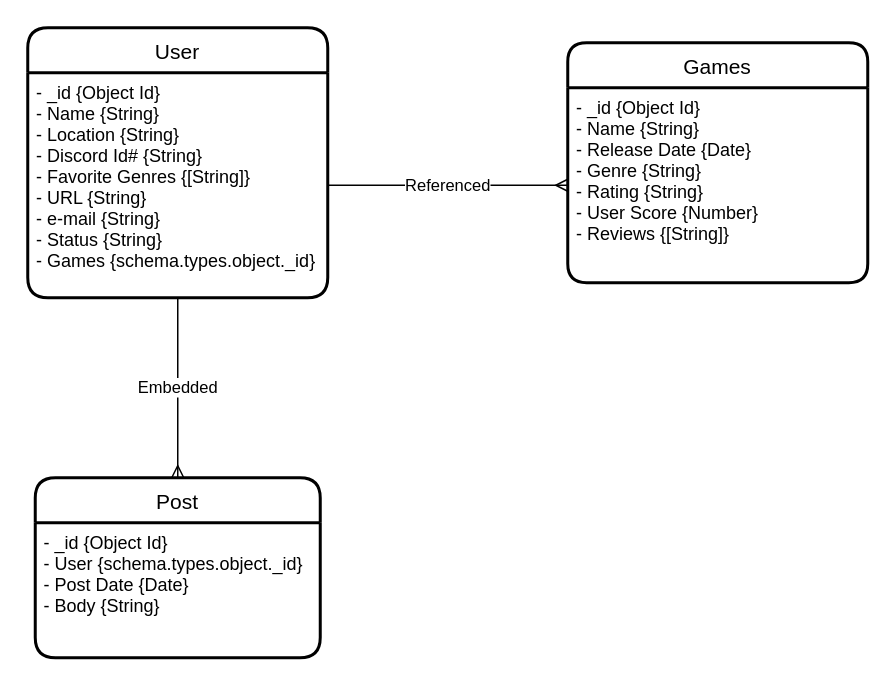
Before: ERD.drawio in wrainford/lfg-application, a draw.io diagram. Source tidied: cells renumbered, new cells numbered last; positions are measured from the earlier drawing's top-left corner, leaving out a move shared by most shapes. Both pictures are drawn from the tidied source at 150%, with x=0, y=0 at pixel (27, 27).
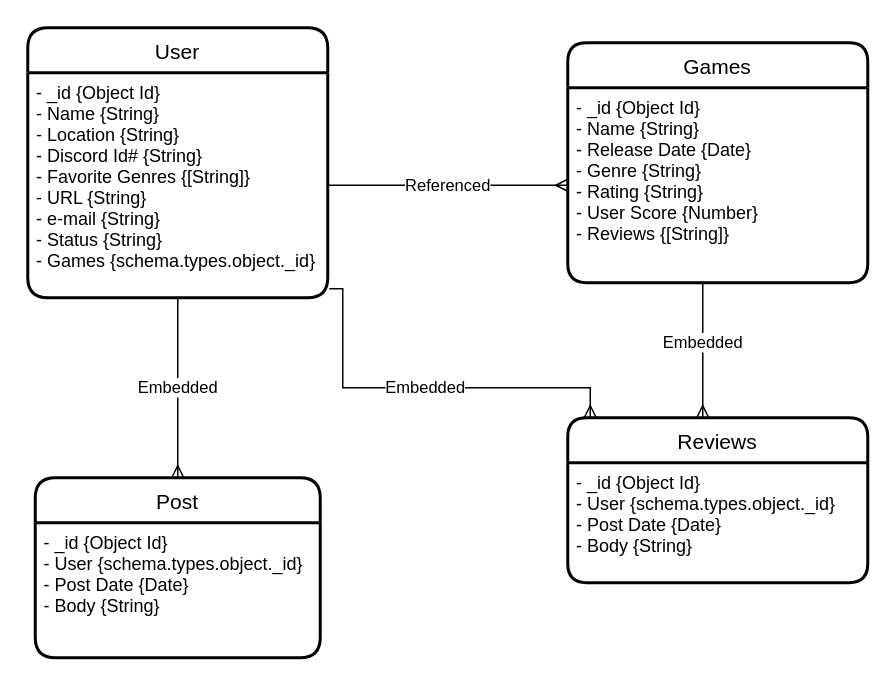
The same diagram, later.

The edit, as a diff of the source:
```diff
@@
 <mxGraphModel>
   <root>
     <mxCell id="0" />
     <mxCell id="1" parent="0" />
     <mxCell id="2" value="Games" style="swimlane;horizontal=1;startSize=30;rounded=1;fontSize=14;fontStyle=0;strokeWidth=2;shadow=0;dashed=0;align=center;arcSize=14;" parent="1" vertex="1">
       <mxGeometry x="360" y="10" width="200" height="160" as="geometry" />
     </mxCell>
     <mxCell id="3" value="- _id {Object Id}&#10;- Name {String}&#10;- Release Date {Date}&#10;- Genre {String}&#10;- Rating {String}&#10;- User Score {Number}&#10;- Reviews {[String]}" style="align=left;strokeColor=none;fillColor=none;spacingLeft=4;fontSize=12;verticalAlign=top;" parent="2" vertex="1">
       <mxGeometry y="30" width="200" height="130" as="geometry" />
     </mxCell>
     <mxCell id="4" value="User" style="swimlane;horizontal=1;startSize=30;rounded=1;fontSize=14;fontStyle=0;strokeWidth=2;shadow=0;dashed=0;align=center;" parent="1" vertex="1">
       <mxGeometry width="200" height="180" as="geometry" />
     </mxCell>
     <mxCell id="5" value="- _id {Object Id}&#10;- Name {String}&#10;- Location {String}&#10;- Discord Id# {String}&#10;- Favorite Genres {[String]}&#10;- URL {String}&#10;- e-mail {String}&#10;- Status {String}&#10;- Games {schema.types.object._id}" style="align=left;strokeColor=none;fillColor=none;spacingLeft=4;fontSize=12;verticalAlign=top;" parent="4" vertex="1">
       <mxGeometry y="30" width="200" height="150" as="geometry" />
     </mxCell>
     <mxCell id="6" value="Embedded" style="edgeStyle=orthogonalEdgeStyle;rounded=0;jettySize=auto;html=1;exitX=0.5;exitY=1;exitDx=0;exitDy=0;endArrow=ERmany;endFill=0;entryX=0.5;entryY=0;entryDx=0;entryDy=0;" parent="1" edge="1" source="5" target="7">
       <mxGeometry relative="1" as="geometry" />
     </mxCell>
     <mxCell id="7" value="Post" style="swimlane;horizontal=1;startSize=30;rounded=1;fontSize=14;fontStyle=0;strokeWidth=2;shadow=0;dashed=0;align=center;" parent="1" vertex="1">
       <mxGeometry x="5" y="300" width="190" height="120" as="geometry" />
     </mxCell>
     <mxCell id="8" value="- _id {Object Id}&#10;- User {schema.types.object._id}&#10;- Post Date {Date}&#10;- Body {String}" style="align=left;strokeColor=none;fillColor=none;spacingLeft=4;fontSize=12;verticalAlign=top;" parent="7" vertex="1">
       <mxGeometry y="30" width="190" height="90" as="geometry" />
     </mxCell>
     <mxCell id="9" value="Referenced" style="edgeStyle=orthogonalEdgeStyle;rounded=0;jettySize=auto;html=1;exitX=1;exitY=0.5;exitDx=0;exitDy=0;entryX=0;entryY=0.5;entryDx=0;entryDy=0;endArrow=ERmany;endFill=0;" parent="1" edge="1" source="5" target="3">
       <mxGeometry relative="1" as="geometry" />
     </mxCell>
+    <mxCell id="10" value="Reviews" style="swimlane;horizontal=1;startSize=30;rounded=1;fontSize=14;fontStyle=0;strokeWidth=2;shadow=0;dashed=0;align=center;arcSize=14;" parent="1" vertex="1">
+      <mxGeometry x="360" y="260" width="200" height="110" as="geometry" />
+    </mxCell>
+    <mxCell id="11" value="- _id {Object Id}&#10;- User {schema.types.object._id}&#10;- Post Date {Date}&#10;- Body {String}" style="align=left;strokeColor=none;fillColor=none;spacingLeft=4;fontSize=12;verticalAlign=top;" parent="10" vertex="1">
+      <mxGeometry y="30" width="200" height="80" as="geometry" />
+    </mxCell>
+    <mxCell id="12" value="Embedded" style="edgeStyle=orthogonalEdgeStyle;rounded=0;jettySize=auto;html=1;endArrow=ERmany;endFill=0;" parent="1" edge="1" target="10">
+      <mxGeometry relative="1" as="geometry">
+        <mxPoint x="460" y="170" as="sourcePoint" />
+        <Array as="points">
+          <mxPoint x="450" y="170" />
+        </Array>
+      </mxGeometry>
+    </mxCell>
+    <mxCell id="13" value="Embedded" style="edgeStyle=orthogonalEdgeStyle;rounded=0;jettySize=auto;html=1;exitX=1.005;exitY=0.96;exitDx=0;exitDy=0;endArrow=ERmany;endFill=0;exitPerimeter=0;" parent="1" edge="1" source="5">
+      <mxGeometry relative="1" as="geometry">
+        <mxPoint x="375" y="260" as="targetPoint" />
+        <Array as="points">
+          <mxPoint x="210" y="174" />
+          <mxPoint x="210" y="240" />
+          <mxPoint x="375" y="240" />
+        </Array>
+      </mxGeometry>
+    </mxCell>
   </root>
 </mxGraphModel>
```
